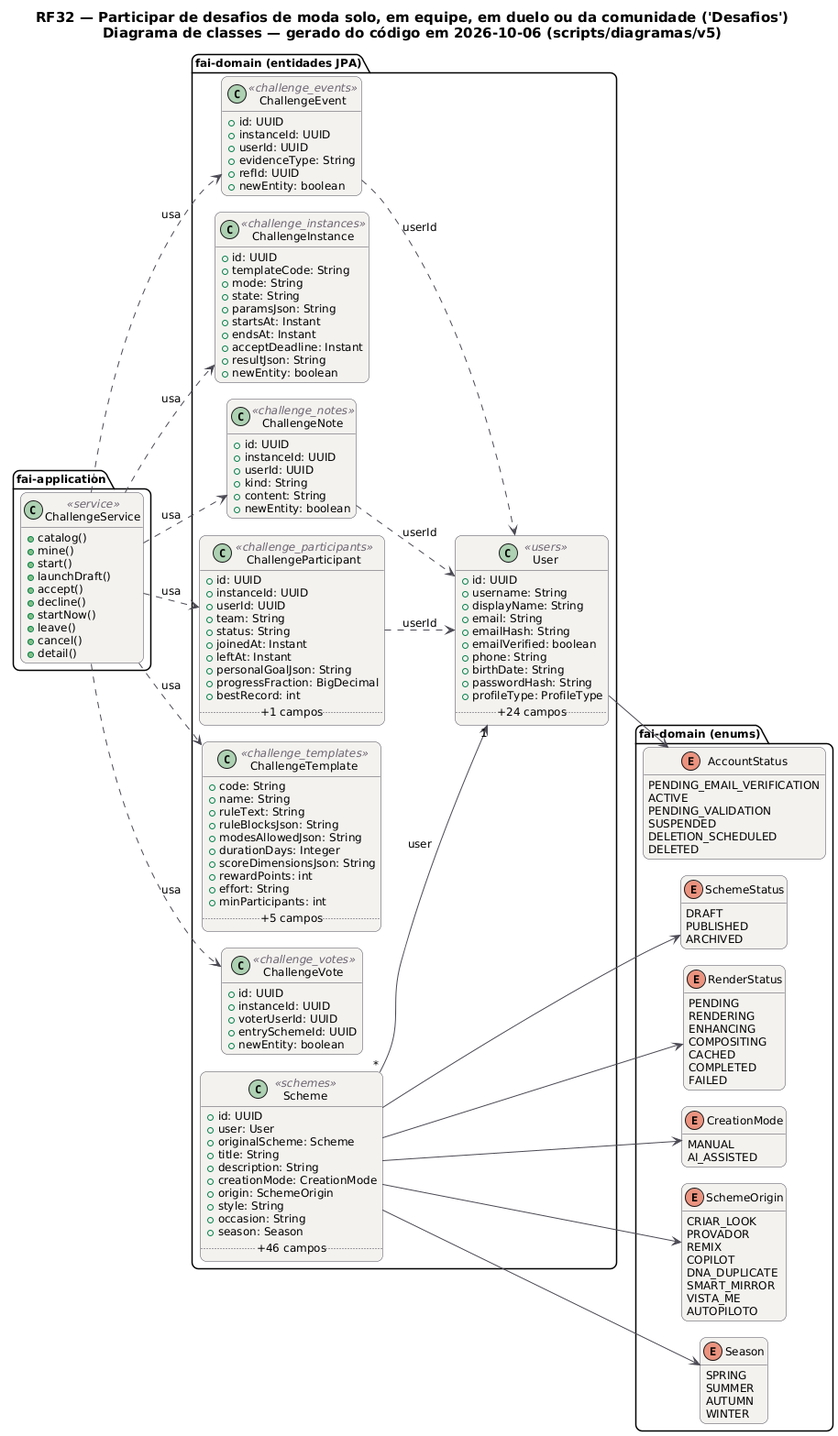
Earlier version of the PlantUML export docs/diagramas/RF32/RF32_Classes.png (MatheusHaliski/tcc-2026-fashion-ai-backend). Its diagram source:
```plantuml
@startuml RF32_Classes
!pragma layout smetana
skinparam backgroundColor #FFFFFF
skinparam shadowing false
skinparam defaultFontName "DejaVu Sans"
skinparam defaultFontSize 12
skinparam titleFontSize 15
skinparam roundcorner 14
skinparam ArrowColor #52606D
skinparam note {
  BackgroundColor #FFFDEB
  BorderColor #D8CE78
  FontColor #554F24
}
skinparam class {
  BackgroundColor #F4F2EF
  BorderColor #4A4852
  ArrowColor #4A4852
  StereotypeFontColor #6B6470
}
hide empty members
left to right direction
title RF32 — Participar de desafios de moda solo, em equipe, em duelo ou da comunidade ('Desafios')\nDiagrama de classes — gerado do código em 2026-10-06 (scripts/diagramas/v5)

package "fai-domain (entidades JPA)" {
  class ChallengeEvent <<challenge_events>> {
    +id: UUID
    +instanceId: UUID
    +userId: UUID
    +evidenceType: String
    +refId: UUID
    +newEntity: boolean
  }
  class ChallengeInstance <<challenge_instances>> {
    +id: UUID
    +templateCode: String
    +mode: String
    +state: String
    +paramsJson: String
    +startsAt: Instant
    +endsAt: Instant
    +acceptDeadline: Instant
    +resultJson: String
    +newEntity: boolean
  }
  class ChallengeNote <<challenge_notes>> {
    +id: UUID
    +instanceId: UUID
    +userId: UUID
    +kind: String
    +content: String
    +newEntity: boolean
  }
  class ChallengeParticipant <<challenge_participants>> {
    +id: UUID
    +instanceId: UUID
    +userId: UUID
    +team: String
    +status: String
    +joinedAt: Instant
    +leftAt: Instant
    +personalGoalJson: String
    +progressFraction: BigDecimal
    +bestRecord: int
    .. +1 campos ..
  }
  class ChallengeTemplate <<challenge_templates>> {
    +code: String
    +name: String
    +ruleText: String
    +ruleBlocksJson: String
    +modesAllowedJson: String
    +durationDays: Integer
    +scoreDimensionsJson: String
    +rewardPoints: int
    +effort: String
    +minParticipants: int
    .. +5 campos ..
  }
  class ChallengeVote <<challenge_votes>> {
    +id: UUID
    +instanceId: UUID
    +voterUserId: UUID
    +entrySchemeId: UUID
    +newEntity: boolean
  }
  class Scheme <<schemes>> {
    +id: UUID
    +user: User
    +originalScheme: Scheme
    +title: String
    +description: String
    +creationMode: CreationMode
    +origin: SchemeOrigin
    +style: String
    +occasion: String
    +season: Season
    .. +46 campos ..
  }
  class User <<users>> {
    +id: UUID
    +username: String
    +displayName: String
    +email: String
    +emailHash: String
    +emailVerified: boolean
    +phone: String
    +birthDate: String
    +passwordHash: String
    +profileType: ProfileType
    .. +24 campos ..
  }
}
package "fai-domain (enums)" {
  enum SchemeStatus {
    DRAFT
    PUBLISHED
    ARCHIVED
  }
  enum RenderStatus {
    PENDING
    RENDERING
    ENHANCING
    COMPOSITING
    CACHED
    COMPLETED
    FAILED
  }
  enum AccountStatus {
    PENDING_EMAIL_VERIFICATION
    ACTIVE
    PENDING_VALIDATION
    SUSPENDED
    DELETION_SCHEDULED
    DELETED
  }
  enum CreationMode {
    MANUAL
    AI_ASSISTED
  }
  enum SchemeOrigin {
    CRIAR_LOOK
    PROVADOR
    REMIX
    COPILOT
    DNA_DUPLICATE
    SMART_MIRROR
    VISTA_ME
    AUTOPILOTO
  }
  enum Season {
    SPRING
    SUMMER
    AUTUMN
    WINTER
  }
}
package "fai-application" {
  class ChallengeService <<service>> {
    +catalog()
    +mine()
    +start()
    +launchDraft()
    +accept()
    +decline()
    +startNow()
    +leave()
    +cancel()
    +detail()
  }
}
ChallengeService ..> ChallengeEvent : usa
ChallengeService ..> ChallengeInstance : usa
ChallengeService ..> ChallengeNote : usa
ChallengeService ..> ChallengeParticipant : usa
ChallengeService ..> ChallengeTemplate : usa
ChallengeService ..> ChallengeVote : usa
ChallengeEvent ..> User : userId
ChallengeNote ..> User : userId
ChallengeParticipant ..> User : userId
Scheme "*" --> "1" User : user
Scheme --> CreationMode
Scheme --> RenderStatus
Scheme --> SchemeOrigin
Scheme --> SchemeStatus
Scheme --> Season
User --> AccountStatus
@enduml
```
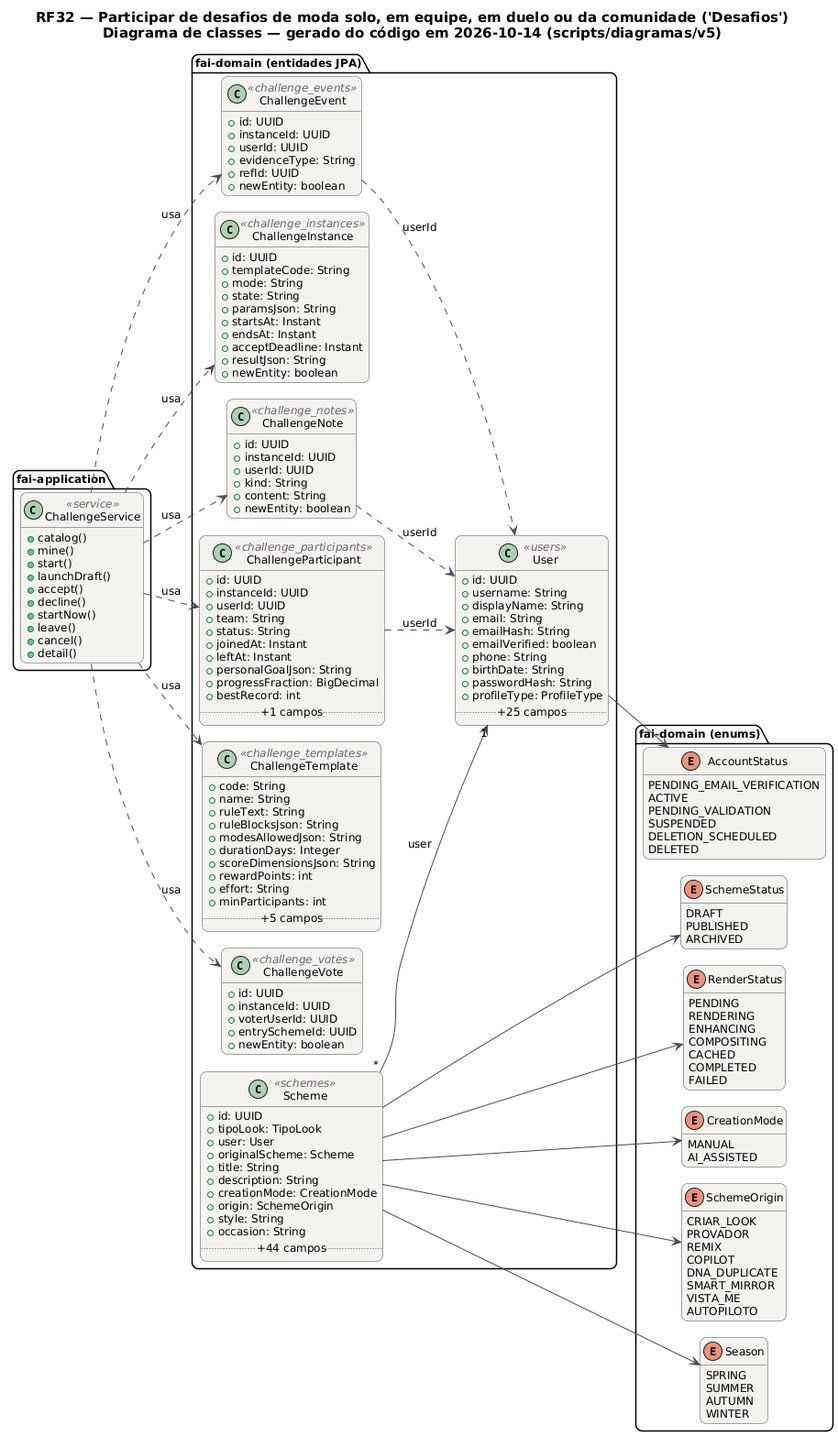
Later version of the same file.

Change to the diagram source:
```diff
@@ -20,7 +20,7 @@
 }
 hide empty members
 left to right direction
-title RF32 — Participar de desafios de moda solo, em equipe, em duelo ou da comunidade ('Desafios')\nDiagrama de classes — gerado do código em 2026-10-06 (scripts/diagramas/v5)
+title RF32 — Participar de desafios de moda solo, em equipe, em duelo ou da comunidade ('Desafios')\nDiagrama de classes — gerado do código em 2026-10-14 (scripts/diagramas/v5)
 
 package "fai-domain (entidades JPA)" {
   class ChallengeEvent <<challenge_events>> {
@@ -86,6 +86,7 @@
   }
   class Scheme <<schemes>> {
     +id: UUID
+    +tipoLook: TipoLook
     +user: User
     +originalScheme: Scheme
     +title: String
@@ -94,8 +95,7 @@
     +origin: SchemeOrigin
     +style: String
     +occasion: String
-    +season: Season
-    .. +46 campos ..
+    .. +44 campos ..
   }
   class User <<users>> {
     +id: UUID
@@ -108,7 +108,7 @@
     +birthDate: String
     +passwordHash: String
     +profileType: ProfileType
-    .. +24 campos ..
+    .. +25 campos ..
   }
 }
 package "fai-domain (enums)" {
```
